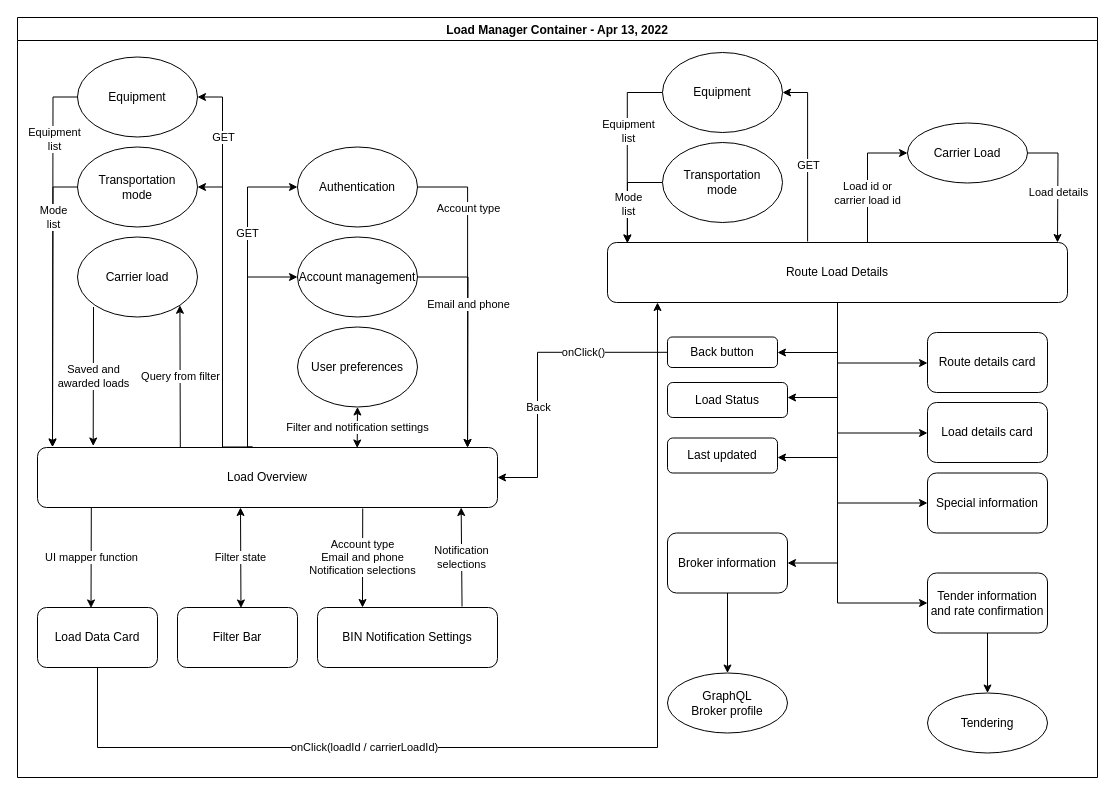
This is Untitled Diagram.drawio from eeevvaaa/drawio, a draw.io file, before an edit. Source tidied: cells renumbered, new cells numbered last; positions are measured from the earlier drawing's top-left corner, leaving out a move shared by most shapes. Both pictures are drawn from the tidied source at 100%, with x=0, y=0 at pixel (17, 17).
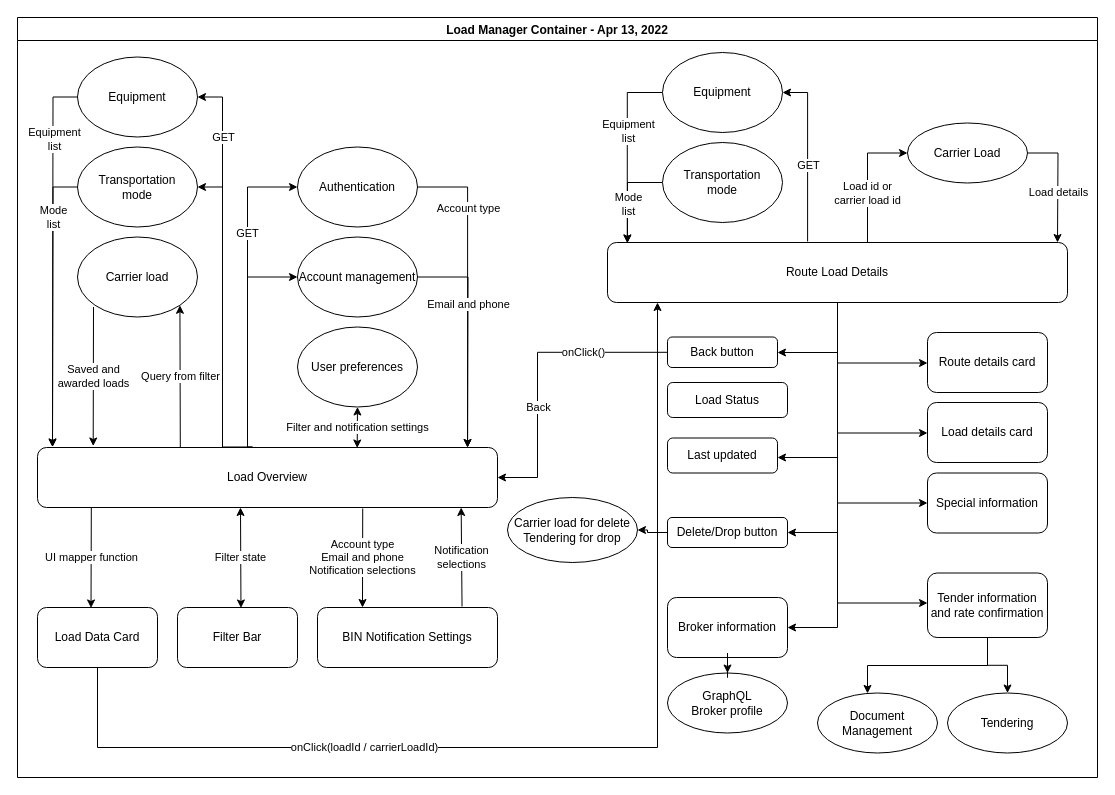
The same page after the edit.

Commit message:
Update Load Manager Diagram.drawio

Unchanged cells that the change refers to:
```xml
<mxCell id="2" value="Load Manager Container - Apr 13, 2022" style="swimlane;" parent="1" vertex="1">
  <mxGeometry width="1080" height="760" as="geometry" />
</mxCell>
<mxCell id="35" value="Route Load Details" style="whiteSpace=wrap;html=1;rounded=1;" parent="2" vertex="1">
  <mxGeometry x="590" y="225" width="460" height="60" as="geometry" />
</mxCell>
<mxCell id="69" value="Load Status" style="whiteSpace=wrap;html=1;rounded=1;" parent="2" vertex="1">
  <mxGeometry x="650" y="365" width="120" height="35" as="geometry" />
</mxCell>
```

Change to the diagram source:
```diff
@@
     <mxCell id="43" value="Broker information" style="whiteSpace=wrap;html=1;rounded=1;" parent="2" vertex="1">
-      <mxGeometry x="650" y="515.5" width="120" height="60" as="geometry" />
+      <mxGeometry x="650" y="580" width="120" height="60" as="geometry" />
     </mxCell>
     <mxCell id="44" style="edgeStyle=orthogonalEdgeStyle;rounded=0;jettySize=auto;html=1;" parent="2" edge="1" source="35" target="43">
       <mxGeometry relative="1" as="geometry">
         <Array as="points">
-          <mxPoint x="820" y="545.5" />
+          <mxPoint x="820" y="610" />
         </Array>
       </mxGeometry>
     </mxCell>
+    <mxCell id="50" style="edgeStyle=orthogonalEdgeStyle;rounded=0;jettySize=auto;html=1;" parent="2" edge="1" source="45" target="49">
+      <mxGeometry relative="1" as="geometry" />
+    </mxCell>
     <mxCell id="45" value="Tender information&lt;br&gt;and rate confirmation" style="whiteSpace=wrap;html=1;rounded=1;" parent="2" vertex="1">
-      <mxGeometry x="910" y="555.5" width="120" height="60" as="geometry" />
+      <mxGeometry x="910" y="555.5" width="120" height="64.5" as="geometry" />
     </mxCell>
@@
     <mxCell id="49" value="Tendering" style="ellipse;whiteSpace=wrap;html=1;rounded=1;" parent="2" vertex="1">
-      <mxGeometry x="910" y="675.5" width="120" height="60" as="geometry" />
+      <mxGeometry x="930" y="675.5" width="120" height="60" as="geometry" />
     </mxCell>
-    <mxCell id="50" style="edgeStyle=orthogonalEdgeStyle;rounded=0;jettySize=auto;html=1;" parent="2" edge="1" source="45" target="49">
-      <mxGeometry relative="1" as="geometry" />
-    </mxCell>
@@
-    <mxCell id="70" style="edgeStyle=orthogonalEdgeStyle;rounded=0;jettySize=auto;html=1;" parent="2" edge="1" source="35" target="69">
-      <mxGeometry relative="1" as="geometry">
-        <Array as="points">
-          <mxPoint x="820" y="380" />
-        </Array>
-      </mxGeometry>
-    </mxCell>
+    <mxCell id="71" value="Document&lt;br&gt;Management" style="ellipse;whiteSpace=wrap;html=1;rounded=1;" parent="2" vertex="1">
+      <mxGeometry x="800" y="675.5" width="120" height="60" as="geometry" />
+    </mxCell>
+    <mxCell id="72" style="edgeStyle=orthogonalEdgeStyle;rounded=0;jettySize=auto;html=1;" parent="2" edge="1" source="45" target="71">
+      <mxGeometry relative="1" as="geometry">
+        <Array as="points">
+          <mxPoint x="970" y="648" />
+          <mxPoint x="850" y="648" />
+        </Array>
+      </mxGeometry>
+    </mxCell>
+    <mxCell id="73" value="Delete/Drop button" style="whiteSpace=wrap;html=1;rounded=1;" parent="2" vertex="1">
+      <mxGeometry x="650" y="500" width="120" height="30" as="geometry" />
+    </mxCell>
+    <mxCell id="74" style="edgeStyle=orthogonalEdgeStyle;rounded=0;jettySize=auto;html=1;" parent="2" edge="1" source="35" target="73">
+      <mxGeometry relative="1" as="geometry">
+        <Array as="points">
+          <mxPoint x="820" y="515" />
+        </Array>
+      </mxGeometry>
+    </mxCell>
+    <mxCell id="75" value="Carrier load for delete&lt;br&gt;Tendering for drop" style="ellipse;whiteSpace=wrap;html=1;rounded=1;" parent="2" vertex="1">
+      <mxGeometry x="490" y="480" width="130" height="65" as="geometry" />
+    </mxCell>
+    <mxCell id="76" style="edgeStyle=orthogonalEdgeStyle;rounded=0;jettySize=auto;html=1;" parent="2" edge="1" source="73" target="75">
+      <mxGeometry relative="1" as="geometry" />
+    </mxCell>
```
